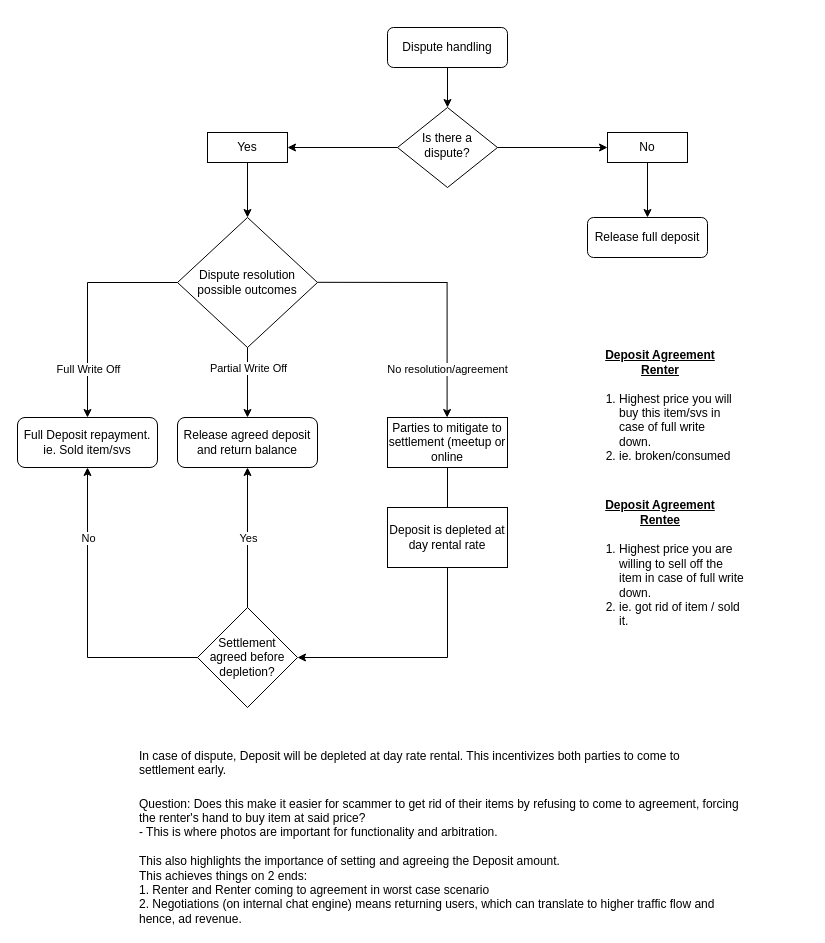
Earlier version of the draw.io diagram log/REUP dispute handling.drawio (chenghowyew/Rent). Source tidied: cells renumbered, new cells numbered last; positions are measured from the earlier drawing's top-left corner, leaving out a move shared by most shapes. Both pictures are drawn from the tidied source at 100%, with x=0, y=0 at pixel (17, 27).
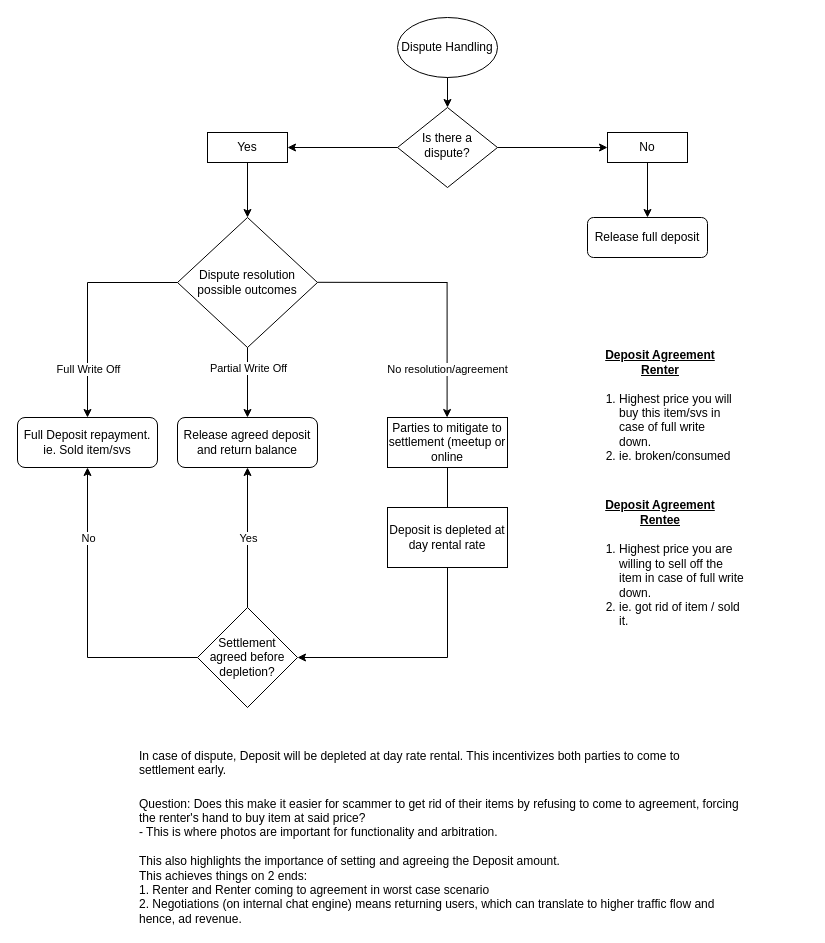
The same diagram, later.

Diff of the diagram source:
```diff
@@
-    <mxCell id="2" value="Dispute handling" style="rounded=1;whiteSpace=wrap;html=1;fontSize=12;glass=0;strokeWidth=1;shadow=0;" parent="1" vertex="1">
-      <mxGeometry x="370" width="120" height="40" as="geometry" />
-    </mxCell>
@@
-    <mxCell id="7" style="endArrow=classic;html=1;rounded=0;" parent="1" edge="1" source="2">
+    <mxCell id="7" style="endArrow=classic;html=1;rounded=0;" parent="1" edge="1">
       <mxGeometry relative="1" as="geometry">
+        <mxPoint x="430" y="40" as="sourcePoint" />
         <mxPoint x="430" y="80" as="targetPoint" />
       </mxGeometry>
     </mxCell>
@@
+    <mxCell id="40" value="Dispute Handling" style="ellipse;whiteSpace=wrap;html=1;" parent="1" vertex="1">
+      <mxGeometry x="380" y="-10" width="100" height="60" as="geometry" />
+    </mxCell>
```
